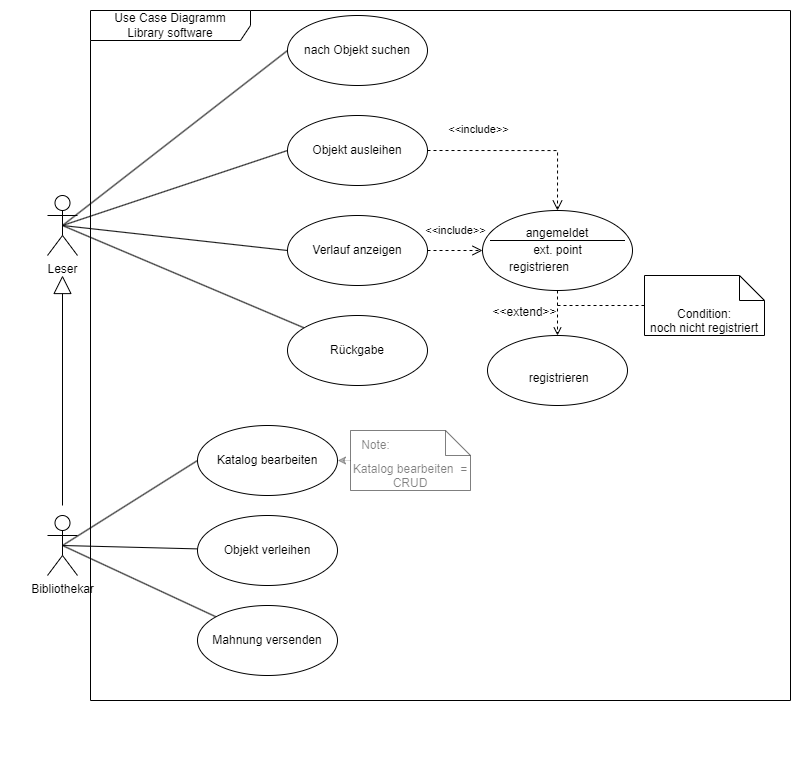
Above: UML/use-case_library.png in sol-hatebad/buechereiverwaltung (draw.io), before the change. Source tidied: cells renumbered, new cells last; positions are measured from the earlier drawing's top-left corner, leaving out a move shared by most shapes. The source it was exported from:
```xml
<mxGraphModel>
  <root>
    <mxCell id="0" />
    <mxCell id="1" parent="0" />
    <mxCell id="2" style="rounded=0;whiteSpace=wrap;html=1;strokeColor=none;fontFamily=Helvetica;fontSize=12;fontColor=default;fillColor=default;" parent="1" vertex="1">
      <mxGeometry width="780" height="760" as="geometry" />
    </mxCell>
    <mxCell id="3" value="Leser" style="shape=umlActor;verticalLabelPosition=bottom;verticalAlign=top;html=1;" parent="1" vertex="1">
      <mxGeometry x="37" y="185" width="30" height="60" as="geometry" />
    </mxCell>
    <mxCell id="4" value="Bibliothekar" style="shape=umlActor;verticalLabelPosition=bottom;verticalAlign=top;html=1;" parent="1" vertex="1">
      <mxGeometry x="37" y="505" width="30" height="60" as="geometry" />
    </mxCell>
    <mxCell id="5" style="rounded=0;jettySize=auto;html=1;exitX=0;exitY=0.5;exitDx=0;exitDy=0;entryX=0.5;entryY=0.5;entryDx=0;entryDy=0;entryPerimeter=0;fontFamily=Helvetica;fontSize=12;fontColor=default;endArrow=none;endFill=0;" parent="1" edge="1" source="6" target="3">
      <mxGeometry relative="1" as="geometry" />
    </mxCell>
    <mxCell id="6" value="Verlauf anzeigen" style="ellipse;whiteSpace=wrap;html=1;" parent="1" vertex="1">
      <mxGeometry x="277" y="205" width="140" height="70" as="geometry" />
    </mxCell>
    <mxCell id="7" value="&lt;br&gt;&amp;nbsp;registrieren" style="ellipse;whiteSpace=wrap;html=1;" parent="1" vertex="1">
      <mxGeometry x="477" y="325" width="140" height="70" as="geometry" />
    </mxCell>
    <mxCell id="8" style="rounded=0;jettySize=auto;html=1;exitX=0.5;exitY=1;exitDx=0;exitDy=0;dashed=1;endArrow=open;endFill=0;" parent="1" edge="1" source="23" target="7">
      <mxGeometry relative="1" as="geometry" />
    </mxCell>
    <mxCell id="9" value="&amp;lt;&amp;lt;extend&amp;gt;&amp;gt;" style="edgeLabel;html=1;align=center;verticalAlign=middle;fontSize=12;fontFamily=Helvetica;fontColor=default;" parent="8" vertex="1">
      <mxGeometry x="0.25" relative="1" as="geometry">
        <mxPoint x="-34" y="-7" as="offset" />
      </mxGeometry>
    </mxCell>
    <mxCell id="10" value="&amp;lt;&amp;lt;include&amp;gt;&amp;gt;" style="endArrow=open;startArrow=none;endFill=0;startFill=0;endSize=8;html=1;verticalAlign=bottom;dashed=1;labelBackgroundColor=none;rounded=0;exitX=1;exitY=0.5;exitDx=0;exitDy=0;entryX=0;entryY=0.5;entryDx=0;entryDy=0;" parent="1" edge="1" source="6" target="23">
      <mxGeometry x="0.02" y="11" relative="1" as="geometry" />
    </mxCell>
    <mxCell id="11" style="rounded=0;jettySize=auto;html=1;entryX=0.5;entryY=0.5;entryDx=0;entryDy=0;entryPerimeter=0;fontFamily=Helvetica;fontSize=12;fontColor=default;endArrow=none;endFill=0;exitX=0;exitY=0.5;exitDx=0;exitDy=0;" parent="1" edge="1" source="12" target="3">
      <mxGeometry relative="1" as="geometry" />
    </mxCell>
    <mxCell id="12" value="Objekt&amp;nbsp;ausleihen" style="ellipse;whiteSpace=wrap;html=1;" parent="1" vertex="1">
      <mxGeometry x="277" y="105" width="140" height="70" as="geometry" />
    </mxCell>
    <mxCell id="13" style="rounded=0;jettySize=auto;html=1;entryX=0.5;entryY=0.5;entryDx=0;entryDy=0;entryPerimeter=0;fontFamily=Helvetica;fontSize=12;fontColor=default;endArrow=none;endFill=0;" parent="1" edge="1" source="14" target="3">
      <mxGeometry relative="1" as="geometry" />
    </mxCell>
    <mxCell id="14" value="Rückgabe" style="ellipse;whiteSpace=wrap;html=1;" parent="1" vertex="1">
      <mxGeometry x="277" y="305" width="140" height="70" as="geometry" />
    </mxCell>
    <mxCell id="15" value="&amp;lt;&amp;lt;include&amp;gt;&amp;gt;" style="endArrow=open;startArrow=none;endFill=0;startFill=0;endSize=8;html=1;verticalAlign=bottom;dashed=1;labelBackgroundColor=none;rounded=0;exitX=1;exitY=0.5;exitDx=0;exitDy=0;entryX=0.5;entryY=0;entryDx=0;entryDy=0;edgeStyle=orthogonalEdgeStyle;" parent="1" edge="1" source="12" target="24">
      <mxGeometry x="-0.46" y="12" relative="1" as="geometry" />
    </mxCell>
    <mxCell id="16" style="rounded=0;jettySize=auto;html=1;entryX=0.5;entryY=0.5;entryDx=0;entryDy=0;entryPerimeter=0;fontFamily=Helvetica;fontSize=12;fontColor=default;endArrow=none;endFill=0;exitX=0;exitY=0.5;exitDx=0;exitDy=0;" parent="1" edge="1" source="17" target="3">
      <mxGeometry relative="1" as="geometry" />
    </mxCell>
    <mxCell id="17" value="nach Objekt suchen" style="ellipse;whiteSpace=wrap;html=1;" parent="1" vertex="1">
      <mxGeometry x="277" y="5" width="140" height="70" as="geometry" />
    </mxCell>
    <mxCell id="18" value="Katalog bearbeiten" style="ellipse;whiteSpace=wrap;html=1;" parent="1" vertex="1">
      <mxGeometry x="187" y="415" width="140" height="70" as="geometry" />
    </mxCell>
    <mxCell id="19" style="endArrow=block;endSize=16;endFill=0;html=1;rounded=0;" parent="1" edge="1">
      <mxGeometry relative="1" as="geometry">
        <mxPoint x="52" y="495" as="sourcePoint" />
        <mxPoint x="52" y="265" as="targetPoint" />
      </mxGeometry>
    </mxCell>
    <mxCell id="20" style="endArrow=none;html=1;rounded=0;entryX=0;entryY=0.5;entryDx=0;entryDy=0;exitX=0.5;exitY=0.5;exitDx=0;exitDy=0;exitPerimeter=0;endFill=0;fillColor=#d5e8d4;strokeColor=#000000;" parent="1" edge="1" source="4">
      <mxGeometry relative="1" as="geometry">
        <mxPoint x="187" y="450" as="targetPoint" />
      </mxGeometry>
    </mxCell>
    <mxCell id="21" style="rounded=0;jettySize=auto;html=1;entryX=0.5;entryY=0.5;entryDx=0;entryDy=0;entryPerimeter=0;fontFamily=Helvetica;fontSize=12;fontColor=default;endArrow=none;endFill=0;" parent="1" edge="1" source="22" target="4">
      <mxGeometry relative="1" as="geometry" />
    </mxCell>
    <mxCell id="22" value="Mahnung versenden" style="ellipse;whiteSpace=wrap;html=1;" parent="1" vertex="1">
      <mxGeometry x="187" y="595" width="140" height="70" as="geometry" />
    </mxCell>
    <mxCell id="23" value="ext. point" style="shape=ellipse;horizontal=1;html=1;dashed=0;strokeColor=default;fontFamily=Helvetica;fontSize=12;fontColor=default;fillColor=default;" parent="1" vertex="1">
      <mxGeometry x="472" y="200" width="150" height="80" as="geometry" />
    </mxCell>
    <mxCell id="24" value="&amp;nbsp;&lt;br style=&quot;border-color: var(--border-color);&quot;&gt;angemeldet" style="html=1;strokeColor=none;fillColor=none;align=center;verticalAlign=middle;whiteSpace=wrap;fontFamily=Helvetica;fontSize=12;fontColor=default;" parent="23" vertex="1">
      <mxGeometry width="150" height="30" as="geometry" />
    </mxCell>
    <mxCell id="25" style="line;strokeWidth=1;fillColor=none;labelPosition=right;dashed=0;strokeColor=default;fontFamily=Helvetica;fontSize=12;fontColor=default;html=1;" parent="23" vertex="1">
      <mxGeometry x="7.5" y="26.7" width="135" height="6.7" as="geometry" />
    </mxCell>
    <mxCell id="26" value="registrieren" style="text;html=1;align=left;verticalAlign=middle;spacingLeft=25;fillColor=none;strokeColor=none;whiteSpace=wrap;fontSize=12;fontFamily=Helvetica;fontColor=default;" parent="23" vertex="1">
      <mxGeometry y="46.7" width="150" height="20" as="geometry" />
    </mxCell>
    <mxCell id="27" style="rounded=0;jettySize=auto;html=1;entryX=0.5;entryY=0.5;entryDx=0;entryDy=0;entryPerimeter=0;fontFamily=Helvetica;fontSize=12;fontColor=default;endArrow=none;endFill=0;" parent="1" edge="1" source="28" target="4">
      <mxGeometry relative="1" as="geometry" />
    </mxCell>
    <mxCell id="28" value="Objekt verleihen" style="ellipse;whiteSpace=wrap;html=1;" parent="1" vertex="1">
      <mxGeometry x="187" y="505" width="140" height="70" as="geometry" />
    </mxCell>
    <mxCell id="29" style="edgeStyle=orthogonalEdgeStyle;rounded=0;jettySize=auto;html=1;fontFamily=Helvetica;fontSize=12;fontColor=default;dashed=1;endArrow=none;endFill=0;" parent="1" edge="1" source="30">
      <mxGeometry relative="1" as="geometry">
        <mxPoint x="544" y="295" as="targetPoint" />
      </mxGeometry>
    </mxCell>
    <mxCell id="30" value="Condition:&lt;br&gt;noch nicht registriert" style="shape=note2;boundedLbl=1;whiteSpace=wrap;html=1;size=25;verticalAlign=top;align=center;" parent="1" vertex="1">
      <mxGeometry x="634" y="265" width="120" height="60" as="geometry" />
    </mxCell>
    <mxCell id="31" value="Use Case Diagramm&lt;br&gt;Library software" style="shape=umlFrame;whiteSpace=wrap;html=1;width=160;strokeColor=default;fontFamily=Helvetica;fontSize=12;fontColor=default;fillColor=#FFFFFF;" parent="1" vertex="1">
      <mxGeometry x="80" width="700" height="690" as="geometry" />
    </mxCell>
    <mxCell id="32" value="Katalog bearbeiten&amp;nbsp; = CRUD" style="shape=note2;boundedLbl=1;whiteSpace=wrap;html=1;size=25;verticalAlign=top;align=center;opacity=50;textOpacity=50;" parent="31" vertex="1">
      <mxGeometry x="260" y="420" width="120" height="60" as="geometry" />
    </mxCell>
    <mxCell id="33" value="Note:" style="text;html=1;align=center;verticalAlign=middle;strokeColor=none;fillColor=none;fontSize=12;fontFamily=Helvetica;fontColor=default;textOpacity=50;" parent="31" vertex="1">
      <mxGeometry x="260" y="420" width="50" height="30" as="geometry" />
    </mxCell>
    <mxCell id="34" style="rounded=0;jettySize=auto;html=1;entryX=1;entryY=0.5;entryDx=0;entryDy=0;fontFamily=Helvetica;fontSize=12;fontColor=default;dashed=1;dashPattern=1 1;opacity=30;" parent="1" edge="1" source="32" target="18">
      <mxGeometry relative="1" as="geometry" />
    </mxCell>
  </root>
</mxGraphModel>
```
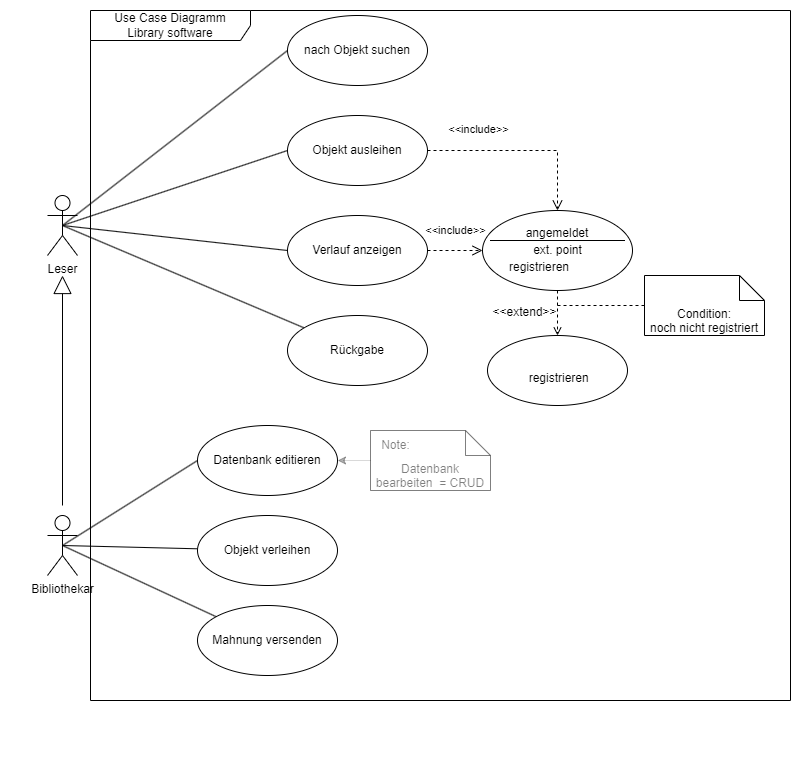
After the commit.

Commit message:
edited use case and class diagramm, changed 'Katalog' to 'Datenbank' updated readme.md

What changed in the source:
```diff
@@ -52,7 +52,7 @@
     <mxCell id="17" value="nach Objekt suchen" style="ellipse;whiteSpace=wrap;html=1;" parent="1" vertex="1">
       <mxGeometry x="277" y="5" width="140" height="70" as="geometry" />
     </mxCell>
-    <mxCell id="18" value="Katalog bearbeiten" style="ellipse;whiteSpace=wrap;html=1;" parent="1" vertex="1">
+    <mxCell id="18" value="Datenbank editieren" style="ellipse;whiteSpace=wrap;html=1;" parent="1" vertex="1">
       <mxGeometry x="187" y="415" width="140" height="70" as="geometry" />
     </mxCell>
     <mxCell id="19" style="endArrow=block;endSize=16;endFill=0;html=1;rounded=0;" parent="1" edge="1">
@@ -101,11 +101,11 @@
     <mxCell id="31" value="Use Case Diagramm&lt;br&gt;Library software" style="shape=umlFrame;whiteSpace=wrap;html=1;width=160;strokeColor=default;fontFamily=Helvetica;fontSize=12;fontColor=default;fillColor=#FFFFFF;" parent="1" vertex="1">
       <mxGeometry x="80" width="700" height="690" as="geometry" />
     </mxCell>
-    <mxCell id="32" value="Katalog bearbeiten&amp;nbsp; = CRUD" style="shape=note2;boundedLbl=1;whiteSpace=wrap;html=1;size=25;verticalAlign=top;align=center;opacity=50;textOpacity=50;" parent="31" vertex="1">
-      <mxGeometry x="260" y="420" width="120" height="60" as="geometry" />
+    <mxCell id="32" value="Datenbank bearbeiten&amp;nbsp; = CRUD" style="shape=note2;boundedLbl=1;whiteSpace=wrap;html=1;size=25;verticalAlign=top;align=center;opacity=50;textOpacity=50;" parent="31" vertex="1">
+      <mxGeometry x="280" y="420" width="120" height="60" as="geometry" />
     </mxCell>
     <mxCell id="33" value="Note:" style="text;html=1;align=center;verticalAlign=middle;strokeColor=none;fillColor=none;fontSize=12;fontFamily=Helvetica;fontColor=default;textOpacity=50;" parent="31" vertex="1">
-      <mxGeometry x="260" y="420" width="50" height="30" as="geometry" />
+      <mxGeometry x="280" y="420" width="50" height="30" as="geometry" />
     </mxCell>
     <mxCell id="34" style="rounded=0;jettySize=auto;html=1;entryX=1;entryY=0.5;entryDx=0;entryDy=0;fontFamily=Helvetica;fontSize=12;fontColor=default;dashed=1;dashPattern=1 1;opacity=30;" parent="1" edge="1" source="32" target="18">
       <mxGeometry relative="1" as="geometry" />
```
